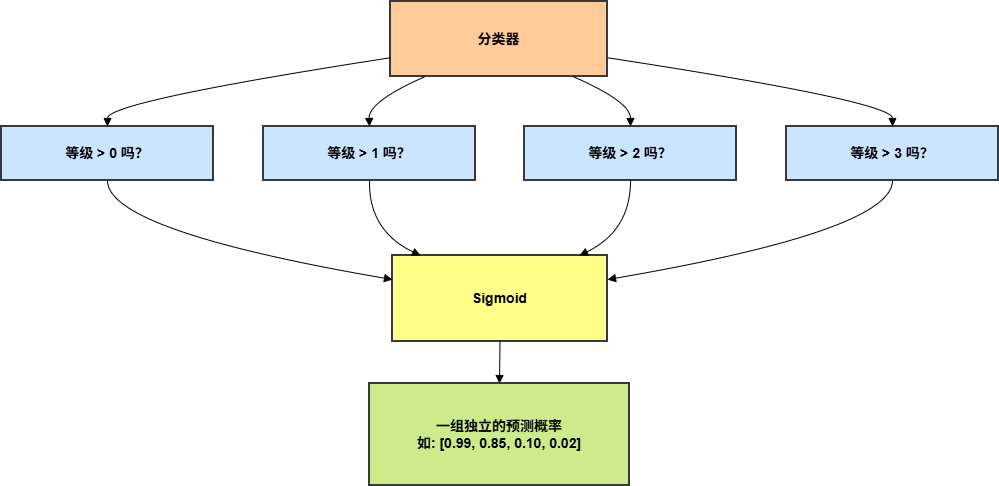
vldzyzy/special-waffle keeps this draw.io diagram as 有序回归.drawio.png. Above is the earlier version. Source tidied: cells renumbered, new cells last; positions are measured from the earlier drawing's top-left corner, leaving out a move shared by most shapes. Its diagram source:
```xml
<mxGraphModel>
  <root>
    <mxCell id="0" />
    <mxCell id="1" parent="0" />
    <mxCell id="2" value="分类器" style="whiteSpace=wrap;strokeWidth=2;fontSize=14;fontStyle=1;fillColor=#ffcc99;strokeColor=#36393d;" parent="1" vertex="1">
      <mxGeometry x="389" width="217" height="75" as="geometry" />
    </mxCell>
    <mxCell id="3" value="等级 &gt; 0 吗？" style="whiteSpace=wrap;strokeWidth=2;fontSize=14;fontStyle=1;fillColor=#cce5ff;strokeColor=#36393d;" parent="1" vertex="1">
      <mxGeometry y="125" width="212" height="54" as="geometry" />
    </mxCell>
    <mxCell id="4" value="等级 &gt; 1 吗？" style="whiteSpace=wrap;strokeWidth=2;fontSize=14;fontStyle=1;fillColor=#cce5ff;strokeColor=#36393d;" parent="1" vertex="1">
      <mxGeometry x="262" y="125" width="212" height="54" as="geometry" />
    </mxCell>
    <mxCell id="5" value="等级 &gt; 2 吗？" style="whiteSpace=wrap;strokeWidth=2;fontSize=14;fontStyle=1;fillColor=#cce5ff;strokeColor=#36393d;" parent="1" vertex="1">
      <mxGeometry x="523" y="125" width="212" height="54" as="geometry" />
    </mxCell>
    <mxCell id="6" value="等级 &gt; 3 吗？" style="whiteSpace=wrap;strokeWidth=2;fontSize=14;fontStyle=1;fillColor=#cce5ff;strokeColor=#36393d;" parent="1" vertex="1">
      <mxGeometry x="785" y="125" width="212" height="54" as="geometry" />
    </mxCell>
    <mxCell id="7" value="Sigmoid" style="whiteSpace=wrap;strokeWidth=2;fontSize=14;fontStyle=1;fillColor=#ffff88;strokeColor=#36393d;" parent="1" vertex="1">
      <mxGeometry x="391" y="254" width="215" height="86" as="geometry" />
    </mxCell>
    <mxCell id="8" value="一组独立的预测概率&#10;如: [0.99, 0.85, 0.10, 0.02]" style="whiteSpace=wrap;strokeWidth=2;fontSize=14;fontStyle=1;fillColor=#cdeb8b;strokeColor=#36393d;" parent="1" vertex="1">
      <mxGeometry x="368" y="382" width="260" height="102" as="geometry" />
    </mxCell>
    <mxCell id="9" style="curved=1;startArrow=none;endArrow=block;exitX=0;exitY=0.75;entryX=0.5;entryY=0;rounded=0;" parent="1" edge="1" source="2" target="3">
      <mxGeometry relative="1" as="geometry">
        <Array as="points">
          <mxPoint x="106" y="100" />
        </Array>
      </mxGeometry>
    </mxCell>
    <mxCell id="10" style="curved=1;startArrow=none;endArrow=block;exitX=0.16;exitY=1;entryX=0.5;entryY=0;rounded=0;" parent="1" edge="1" source="2" target="4">
      <mxGeometry relative="1" as="geometry">
        <Array as="points">
          <mxPoint x="367" y="100" />
        </Array>
      </mxGeometry>
    </mxCell>
    <mxCell id="11" style="curved=1;startArrow=none;endArrow=block;exitX=0.84;exitY=1;entryX=0.5;entryY=0;rounded=0;" parent="1" edge="1" source="2" target="5">
      <mxGeometry relative="1" as="geometry">
        <Array as="points">
          <mxPoint x="629" y="100" />
        </Array>
      </mxGeometry>
    </mxCell>
    <mxCell id="12" style="curved=1;startArrow=none;endArrow=block;exitX=1;exitY=0.75;entryX=0.5;entryY=0;rounded=0;" parent="1" edge="1" source="2" target="6">
      <mxGeometry relative="1" as="geometry">
        <Array as="points">
          <mxPoint x="891" y="100" />
        </Array>
      </mxGeometry>
    </mxCell>
    <mxCell id="13" style="curved=1;startArrow=none;endArrow=block;exitX=0.5;exitY=1;entryX=0;entryY=0.28;rounded=0;" parent="1" edge="1" source="3" target="7">
      <mxGeometry relative="1" as="geometry">
        <Array as="points">
          <mxPoint x="106" y="229" />
        </Array>
      </mxGeometry>
    </mxCell>
    <mxCell id="14" style="curved=1;startArrow=none;endArrow=block;exitX=0.5;exitY=1;entryX=0.13;entryY=0;rounded=0;" parent="1" edge="1" source="4" target="7">
      <mxGeometry relative="1" as="geometry">
        <Array as="points">
          <mxPoint x="367" y="229" />
        </Array>
      </mxGeometry>
    </mxCell>
    <mxCell id="15" style="curved=1;startArrow=none;endArrow=block;exitX=0.5;exitY=1;entryX=0.87;entryY=0;rounded=0;" parent="1" edge="1" source="5" target="7">
      <mxGeometry relative="1" as="geometry">
        <Array as="points">
          <mxPoint x="629" y="229" />
        </Array>
      </mxGeometry>
    </mxCell>
    <mxCell id="16" style="curved=1;startArrow=none;endArrow=block;exitX=0.5;exitY=1;entryX=1;entryY=0.28;rounded=0;" parent="1" edge="1" source="6" target="7">
      <mxGeometry relative="1" as="geometry">
        <Array as="points">
          <mxPoint x="891" y="229" />
        </Array>
      </mxGeometry>
    </mxCell>
    <mxCell id="17" style="curved=1;startArrow=none;endArrow=block;exitX=0.5;exitY=1;entryX=0.5;entryY=0;rounded=0;" parent="1" edge="1" source="7" target="8">
      <mxGeometry relative="1" as="geometry" />
    </mxCell>
  </root>
</mxGraphModel>
```
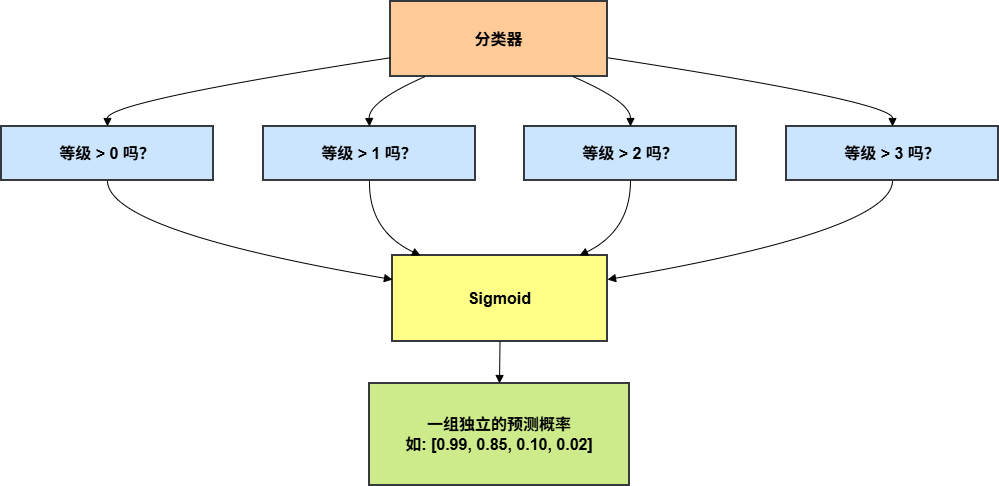
The same diagram one commit later.

Commit message:
更新有序回归.drawio.png

The edit, as a diff of the source:
```diff
@@ -2,25 +2,25 @@
   <root>
     <mxCell id="0" />
     <mxCell id="1" parent="0" />
-    <mxCell id="2" value="分类器" style="whiteSpace=wrap;strokeWidth=2;fontSize=14;fontStyle=1;fillColor=#ffcc99;strokeColor=#36393d;" parent="1" vertex="1">
+    <mxCell id="2" value="分类器" style="whiteSpace=wrap;strokeWidth=2;fontSize=16;fontStyle=1;fillColor=#ffcc99;strokeColor=#36393d;" parent="1" vertex="1">
       <mxGeometry x="389" width="217" height="75" as="geometry" />
     </mxCell>
-    <mxCell id="3" value="等级 &gt; 0 吗？" style="whiteSpace=wrap;strokeWidth=2;fontSize=14;fontStyle=1;fillColor=#cce5ff;strokeColor=#36393d;" parent="1" vertex="1">
+    <mxCell id="3" value="等级 &gt; 0 吗？" style="whiteSpace=wrap;strokeWidth=2;fontSize=16;fontStyle=1;fillColor=#cce5ff;strokeColor=#36393d;" parent="1" vertex="1">
       <mxGeometry y="125" width="212" height="54" as="geometry" />
     </mxCell>
-    <mxCell id="4" value="等级 &gt; 1 吗？" style="whiteSpace=wrap;strokeWidth=2;fontSize=14;fontStyle=1;fillColor=#cce5ff;strokeColor=#36393d;" parent="1" vertex="1">
+    <mxCell id="4" value="等级 &gt; 1 吗？" style="whiteSpace=wrap;strokeWidth=2;fontSize=16;fontStyle=1;fillColor=#cce5ff;strokeColor=#36393d;" parent="1" vertex="1">
       <mxGeometry x="262" y="125" width="212" height="54" as="geometry" />
     </mxCell>
-    <mxCell id="5" value="等级 &gt; 2 吗？" style="whiteSpace=wrap;strokeWidth=2;fontSize=14;fontStyle=1;fillColor=#cce5ff;strokeColor=#36393d;" parent="1" vertex="1">
+    <mxCell id="5" value="等级 &gt; 2 吗？" style="whiteSpace=wrap;strokeWidth=2;fontSize=16;fontStyle=1;fillColor=#cce5ff;strokeColor=#36393d;" parent="1" vertex="1">
       <mxGeometry x="523" y="125" width="212" height="54" as="geometry" />
     </mxCell>
-    <mxCell id="6" value="等级 &gt; 3 吗？" style="whiteSpace=wrap;strokeWidth=2;fontSize=14;fontStyle=1;fillColor=#cce5ff;strokeColor=#36393d;" parent="1" vertex="1">
+    <mxCell id="6" value="等级 &gt; 3 吗？" style="whiteSpace=wrap;strokeWidth=2;fontSize=16;fontStyle=1;fillColor=#cce5ff;strokeColor=#36393d;" parent="1" vertex="1">
       <mxGeometry x="785" y="125" width="212" height="54" as="geometry" />
     </mxCell>
-    <mxCell id="7" value="Sigmoid" style="whiteSpace=wrap;strokeWidth=2;fontSize=14;fontStyle=1;fillColor=#ffff88;strokeColor=#36393d;" parent="1" vertex="1">
+    <mxCell id="7" value="Sigmoid" style="whiteSpace=wrap;strokeWidth=2;fontSize=16;fontStyle=1;fillColor=#ffff88;strokeColor=#36393d;" parent="1" vertex="1">
       <mxGeometry x="391" y="254" width="215" height="86" as="geometry" />
     </mxCell>
-    <mxCell id="8" value="一组独立的预测概率&#10;如: [0.99, 0.85, 0.10, 0.02]" style="whiteSpace=wrap;strokeWidth=2;fontSize=14;fontStyle=1;fillColor=#cdeb8b;strokeColor=#36393d;" parent="1" vertex="1">
+    <mxCell id="8" value="一组独立的预测概率&#10;如: [0.99, 0.85, 0.10, 0.02]" style="whiteSpace=wrap;strokeWidth=2;fontSize=16;fontStyle=1;fillColor=#cdeb8b;strokeColor=#36393d;" parent="1" vertex="1">
       <mxGeometry x="368" y="382" width="260" height="102" as="geometry" />
     </mxCell>
     <mxCell id="9" style="curved=1;startArrow=none;endArrow=block;exitX=0;exitY=0.75;entryX=0.5;entryY=0;rounded=0;" parent="1" edge="1" source="2" target="3">
```
